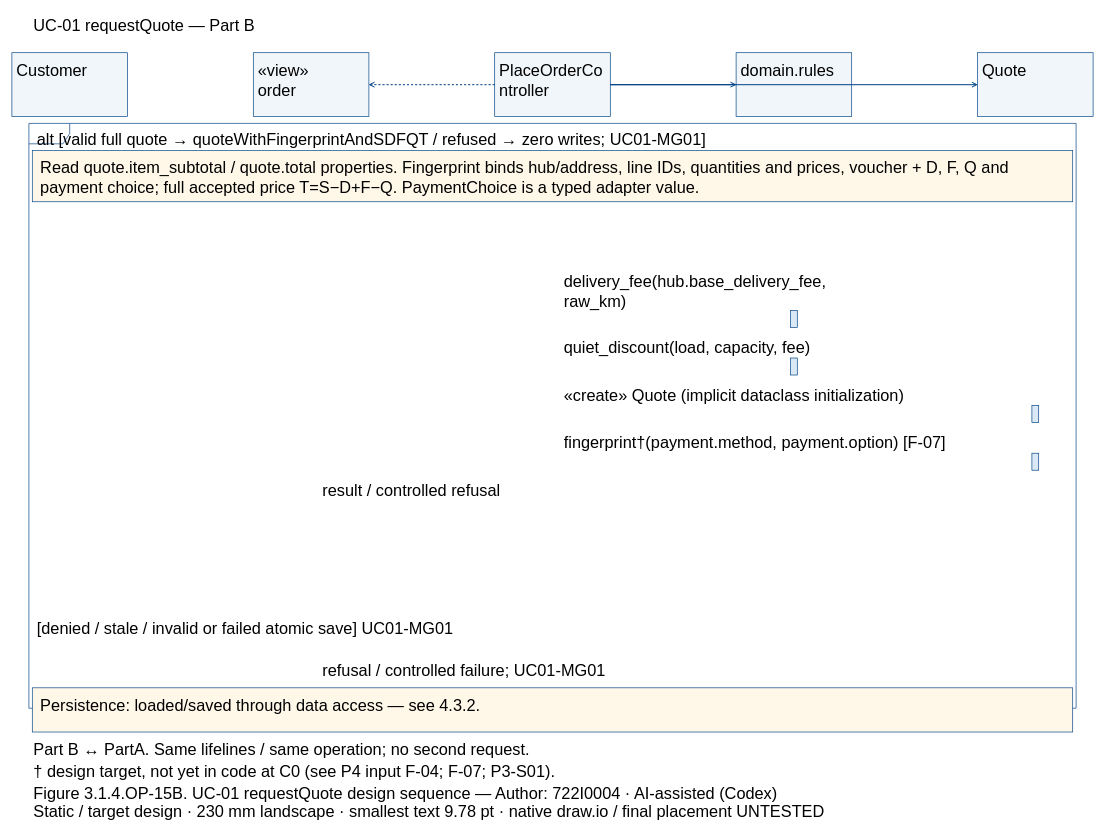
Above: models/UC-01/seq_uc01_requestQuote_PartB.drawio in Dat071104/SaigonBite (draw.io), before the change. Source tidied: cells renumbered, new cells numbered last; positions are measured from the earlier drawing's top-left corner, leaving out a move shared by most shapes. Both pictures are drawn from the tidied source at 68%, with x=0, y=0 at pixel (12, 12).
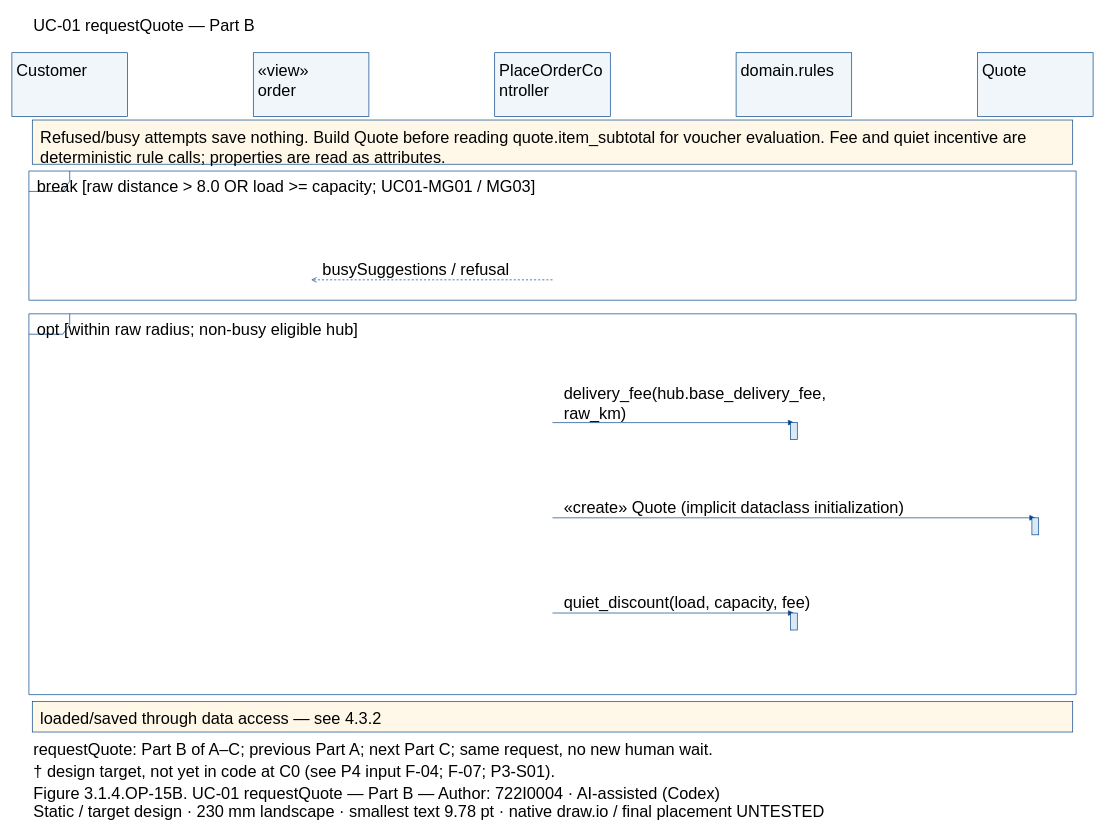
After the change.

Unchanged cells that the change refers to:
```xml
<mxCell id="5" style="fillColor=#F1F6FA;strokeColor=#004387;fontFamily=Arial;fontSize=24;whiteSpace=wrap;html=0;" parent="1" vertex="1">
  <mxGeometry x="355" y="60" width="170" height="94" as="geometry" />
</mxCell>
<mxCell id="7" style="fillColor=#F1F6FA;strokeColor=#004387;fontFamily=Arial;fontSize=24;whiteSpace=wrap;html=0;" parent="1" vertex="1">
  <mxGeometry x="710" y="60" width="170" height="94" as="geometry" />
</mxCell>
<mxCell id="9" style="fillColor=#F1F6FA;strokeColor=#004387;fontFamily=Arial;fontSize=24;whiteSpace=wrap;html=0;" parent="1" vertex="1">
  <mxGeometry x="1065" y="60" width="170" height="94" as="geometry" />
</mxCell>
<mxCell id="11" style="fillColor=#F1F6FA;strokeColor=#004387;fontFamily=Arial;fontSize=24;whiteSpace=wrap;html=0;" parent="1" vertex="1">
  <mxGeometry x="1420" y="60" width="170" height="94" as="geometry" />
</mxCell>
```

What changed in the source:
```diff
@@
-    <mxCell id="13" style="fillColor=white;strokeColor=#004387;shape=umlFrame;fillColor=none;fontFamily=Arial;fontSize=24;whiteSpace=wrap;html=0;" parent="1" vertex="1">
-      <mxGeometry x="25" y="164" width="1540" height="860" as="geometry" />
-    </mxCell>
-    <mxCell id="14" value="alt [valid full quote → quoteWithFingerprintAndSDFQT / refused → zero writes; UC01-MG01]" style="text;align=left;verticalAlign=top;strokeColor=none;fillColor=none;fontFamily=Arial;fontSize=24;whiteSpace=wrap;html=0;" parent="1" vertex="1">
-      <mxGeometry x="35" y="167" width="1520" height="27.6" as="geometry" />
-    </mxCell>
-    <mxCell id="15" value="[denied / stale / invalid or failed atomic save] UC01-MG01" style="text;align=left;verticalAlign=top;strokeColor=none;fillColor=none;fontFamily=Arial;fontSize=24;whiteSpace=wrap;html=0;" parent="1" vertex="1">
-      <mxGeometry x="35" y="887" width="1520" height="27.6" as="geometry" />
-    </mxCell>
-    <mxCell id="16" style="fillColor=#FFF8E9;strokeColor=#004387;fontFamily=Arial;fontSize=24;whiteSpace=wrap;html=0;" parent="1" vertex="1">
-      <mxGeometry x="30" y="204" width="1530" height="75.2" as="geometry" />
-    </mxCell>
-    <mxCell id="17" value="Read quote.item_subtotal / quote.total properties. Fingerprint binds hub/address, line IDs, quantities and prices, voucher + D, F, Q and&#10;payment choice; full accepted price T=S−D+F−Q. PaymentChoice is a typed adapter value." style="text;align=left;verticalAlign=top;strokeColor=none;fillColor=none;fontFamily=Arial;fontSize=24;whiteSpace=wrap;html=0;" parent="1" vertex="1">
-      <mxGeometry x="40" y="209" width="1510" height="55.2" as="geometry" />
-    </mxCell>
-    <mxCell id="18" style="fillColor=#FFF8E9;strokeColor=#004387;fontFamily=Arial;fontSize=24;whiteSpace=wrap;html=0;" parent="1" vertex="1">
-      <mxGeometry x="30" y="994" width="1530" height="65" as="geometry" />
-    </mxCell>
-    <mxCell id="19" value="Persistence: loaded/saved through data access — see 4.3.2." style="text;align=left;verticalAlign=top;strokeColor=none;fillColor=none;fontFamily=Arial;fontSize=24;whiteSpace=wrap;html=0;" parent="1" vertex="1">
-      <mxGeometry x="40" y="999" width="1510" height="27.6" as="geometry" />
-    </mxCell>
-    <mxCell id="20" style="edgeStyle=none;endArrow=open;strokeColor=#004387;" parent="1" edge="1" source="7" target="9">
-      <mxGeometry relative="1" as="geometry" />
-    </mxCell>
+    <mxCell id="40" style="fillColor=white;strokeColor=#004387;shape=umlFrame;fillColor=none;fontFamily=Arial;fontSize=24;whiteSpace=wrap;html=0;" parent="1" vertex="1">
+      <mxGeometry x="25" y="234" width="1540" height="190" as="geometry" />
+    </mxCell>
+    <mxCell id="41" value="break [raw distance &gt; 8.0 OR load &gt;= capacity; UC01-MG01 / MG03]" style="text;align=left;verticalAlign=top;strokeColor=none;fillColor=none;fontFamily=Arial;fontSize=24;whiteSpace=wrap;html=0;" parent="1" vertex="1">
+      <mxGeometry x="35" y="237" width="1520" height="27.6" as="geometry" />
+    </mxCell>
+    <mxCell id="42" style="fillColor=white;strokeColor=#004387;shape=umlFrame;fillColor=none;fontFamily=Arial;fontSize=24;whiteSpace=wrap;html=0;" parent="1" vertex="1">
+      <mxGeometry x="25" y="444" width="1540" height="560" as="geometry" />
+    </mxCell>
+    <mxCell id="43" value="opt [within raw radius; non-busy eligible hub]" style="text;align=left;verticalAlign=top;strokeColor=none;fillColor=none;fontFamily=Arial;fontSize=24;whiteSpace=wrap;html=0;" parent="1" vertex="1">
+      <mxGeometry x="35" y="447" width="1520" height="27.6" as="geometry" />
+    </mxCell>
+    <mxCell id="44" style="fillColor=#FFF8E9;strokeColor=#004387;fontFamily=Arial;fontSize=24;whiteSpace=wrap;html=0;" parent="1" vertex="1">
+      <mxGeometry x="30" y="159" width="1530" height="65" as="geometry" />
+    </mxCell>
+    <mxCell id="45" value="Refused/busy attempts save nothing. Build Quote before reading quote.item_subtotal for voucher evaluation. Fee and quiet incentive are&#10;deterministic rule calls; properties are read as attributes." style="text;align=left;verticalAlign=top;strokeColor=none;fillColor=none;fontFamily=Arial;fontSize=24;whiteSpace=wrap;html=0;" parent="1" vertex="1">
+      <mxGeometry x="40" y="164" width="1510" height="55.2" as="geometry" />
+    </mxCell>
+    <mxCell id="46" style="fillColor=#FFF8E9;strokeColor=#004387;fontFamily=Arial;fontSize=24;whiteSpace=wrap;html=0;" parent="1" vertex="1">
+      <mxGeometry x="30" y="1014" width="1530" height="45" as="geometry" />
+    </mxCell>
+    <mxCell id="47" value="loaded/saved through data access — see 4.3.2" style="text;align=left;verticalAlign=top;strokeColor=none;fillColor=none;fontFamily=Arial;fontSize=24;whiteSpace=wrap;html=0;" parent="1" vertex="1">
+      <mxGeometry x="40" y="1019" width="1510" height="27.6" as="geometry" />
+    </mxCell>
+    <mxCell id="48" style="opacity=0;strokeColor=none;fillColor=none;fontFamily=Arial;fontSize=24;whiteSpace=wrap;html=0;" parent="1" vertex="1">
+      <mxGeometry x="794.5" y="393.5" width="1" height="1" as="geometry" />
+    </mxCell>
+    <mxCell id="49" style="opacity=0;strokeColor=none;fillColor=none;fontFamily=Arial;fontSize=24;whiteSpace=wrap;html=0;" parent="1" vertex="1">
+      <mxGeometry x="439.5" y="393.5" width="1" height="1" as="geometry" />
+    </mxCell>
+    <mxCell id="50" style="edgeStyle=none;endArrow=open;endFill=0;dashed=1;strokeColor=#004387;exitX=0.5;exitY=0.5;exitPerimeter=0;entryX=0.5;entryY=0.5;entryPerimeter=0;" parent="1" edge="1" source="48" target="49">
+      <mxGeometry relative="1" as="geometry" />
+    </mxCell>
+    <mxCell id="51" value="busySuggestions / refusal" style="text;align=left;verticalAlign=top;strokeColor=none;fillColor=none;fontFamily=Arial;fontSize=24;whiteSpace=wrap;html=0;" parent="1" vertex="1">
+      <mxGeometry x="455" y="358.4" width="420" height="27.6" as="geometry" />
+    </mxCell>
+    <mxCell id="52" style="opacity=0;strokeColor=none;fillColor=none;fontFamily=Arial;fontSize=24;whiteSpace=wrap;html=0;" parent="1" vertex="1">
+      <mxGeometry x="794.5" y="603.5" width="1" height="1" as="geometry" />
+    </mxCell>
+    <mxCell id="53" style="opacity=0;strokeColor=none;fillColor=none;fontFamily=Arial;fontSize=24;whiteSpace=wrap;html=0;" parent="1" vertex="1">
+      <mxGeometry x="1149.5" y="603.5" width="1" height="1" as="geometry" />
+    </mxCell>
+    <mxCell id="54" style="edgeStyle=none;endArrow=block;endFill=1;strokeColor=#004387;exitX=0.5;exitY=0.5;exitPerimeter=0;entryX=0.5;entryY=0.5;entryPerimeter=0;" parent="1" edge="1" source="52" target="53">
+      <mxGeometry relative="1" as="geometry" />
+    </mxCell>
     <mxCell id="21" value="delivery_fee(hub.base_delivery_fee,&#10;raw_km)" style="text;align=left;verticalAlign=top;strokeColor=none;fillColor=none;fontFamily=Arial;fontSize=24;whiteSpace=wrap;html=0;" parent="1" vertex="1">
-      <mxGeometry x="810" y="375.8" width="420" height="55.2" as="geometry" />
+      <mxGeometry x="810" y="540.8" width="420" height="55.2" as="geometry" />
     </mxCell>
-    <mxCell id="22" style="fillColor=#DAE9F5;strokeColor=#004387;fontFamily=Arial;fontSize=24;whiteSpace=wrap;html=0;" parent="1" vertex="1">
-      <mxGeometry x="1145" y="439" width="10" height="25" as="geometry" />
-    </mxCell>
-    <mxCell id="23" style="edgeStyle=none;endArrow=open;strokeColor=#004387;" parent="1" edge="1" source="7" target="9">
-      <mxGeometry relative="1" as="geometry" />
-    </mxCell>
-    <mxCell id="24" value="quiet_discount(load, capacity, fee)" style="text;align=left;verticalAlign=top;strokeColor=none;fillColor=none;fontFamily=Arial;fontSize=24;whiteSpace=wrap;html=0;" parent="1" vertex="1">
-      <mxGeometry x="810" y="473.4" width="420" height="27.6" as="geometry" />
-    </mxCell>
     <mxCell id="25" style="fillColor=#DAE9F5;strokeColor=#004387;fontFamily=Arial;fontSize=24;whiteSpace=wrap;html=0;" parent="1" vertex="1">
-      <mxGeometry x="1145" y="509" width="10" height="25" as="geometry" />
+      <mxGeometry x="1145" y="604" width="10" height="25" as="geometry" />
     </mxCell>
-    <mxCell id="26" style="edgeStyle=none;endArrow=open;strokeColor=#004387;" parent="1" edge="1" source="7" target="11">
-      <mxGeometry relative="1" as="geometry" />
-    </mxCell>
+    <mxCell id="55" style="opacity=0;strokeColor=none;fillColor=none;fontFamily=Arial;fontSize=24;whiteSpace=wrap;html=0;" parent="1" vertex="1">
+      <mxGeometry x="794.5" y="743.5" width="1" height="1" as="geometry" />
+    </mxCell>
+    <mxCell id="56" style="opacity=0;strokeColor=none;fillColor=none;fontFamily=Arial;fontSize=24;whiteSpace=wrap;html=0;" parent="1" vertex="1">
+      <mxGeometry x="1504.5" y="743.5" width="1" height="1" as="geometry" />
+    </mxCell>
+    <mxCell id="57" style="edgeStyle=none;endArrow=block;endFill=1;strokeColor=#004387;exitX=0.5;exitY=0.5;exitPerimeter=0;entryX=0.5;entryY=0.5;entryPerimeter=0;" parent="1" edge="1" source="55" target="56">
+      <mxGeometry relative="1" as="geometry" />
+    </mxCell>
     <mxCell id="27" value="«create» Quote (implicit dataclass initialization)" style="text;align=left;verticalAlign=top;strokeColor=none;fillColor=none;fontFamily=Arial;fontSize=24;whiteSpace=wrap;html=0;" parent="1" vertex="1">
-      <mxGeometry x="810" y="543.4" width="680" height="27.6" as="geometry" />
+      <mxGeometry x="810" y="708.4" width="680" height="27.6" as="geometry" />
     </mxCell>
     <mxCell id="28" style="fillColor=#DAE9F5;strokeColor=#004387;fontFamily=Arial;fontSize=24;whiteSpace=wrap;html=0;" parent="1" vertex="1">
-      <mxGeometry x="1500" y="579" width="10" height="25" as="geometry" />
+      <mxGeometry x="1500" y="744" width="10" height="25" as="geometry" />
     </mxCell>
-    <mxCell id="29" style="edgeStyle=none;endArrow=open;strokeColor=#004387;" parent="1" edge="1" source="7" target="11">
-      <mxGeometry relative="1" as="geometry" />
-    </mxCell>
-    <mxCell id="30" value="fingerprint†(payment.method, payment.option) [F-07]" style="text;align=left;verticalAlign=top;strokeColor=none;fillColor=none;fontFamily=Arial;fontSize=24;whiteSpace=wrap;html=0;" parent="1" vertex="1">
-      <mxGeometry x="810" y="613.4" width="680" height="27.6" as="geometry" />
-    </mxCell>
+    <mxCell id="58" style="opacity=0;strokeColor=none;fillColor=none;fontFamily=Arial;fontSize=24;whiteSpace=wrap;html=0;" parent="1" vertex="1">
+      <mxGeometry x="794.5" y="883.5" width="1" height="1" as="geometry" />
+    </mxCell>
+    <mxCell id="59" style="opacity=0;strokeColor=none;fillColor=none;fontFamily=Arial;fontSize=24;whiteSpace=wrap;html=0;" parent="1" vertex="1">
+      <mxGeometry x="1149.5" y="883.5" width="1" height="1" as="geometry" />
+    </mxCell>
+    <mxCell id="60" style="edgeStyle=none;endArrow=block;endFill=1;strokeColor=#004387;exitX=0.5;exitY=0.5;exitPerimeter=0;entryX=0.5;entryY=0.5;entryPerimeter=0;" parent="1" edge="1" source="58" target="59">
+      <mxGeometry relative="1" as="geometry" />
+    </mxCell>
+    <mxCell id="24" value="quiet_discount(load, capacity, fee)" style="text;align=left;verticalAlign=top;strokeColor=none;fillColor=none;fontFamily=Arial;fontSize=24;whiteSpace=wrap;html=0;" parent="1" vertex="1">
+      <mxGeometry x="810" y="848.4" width="420" height="27.6" as="geometry" />
+    </mxCell>
     <mxCell id="31" style="fillColor=#DAE9F5;strokeColor=#004387;fontFamily=Arial;fontSize=24;whiteSpace=wrap;html=0;" parent="1" vertex="1">
-      <mxGeometry x="1500" y="649" width="10" height="25" as="geometry" />
+      <mxGeometry x="1145" y="884" width="10" height="25" as="geometry" />
     </mxCell>
-    <mxCell id="32" style="edgeStyle=none;endArrow=open;dashed=1;strokeColor=#004387;" parent="1" edge="1" source="7" target="5">
-      <mxGeometry relative="1" as="geometry" />
-    </mxCell>
+    <mxCell id="61" value="requestQuote: Part B of A–C; previous Part A; next Part C; same request, no new human wait." style="text;align=left;verticalAlign=top;strokeColor=none;fillColor=none;fontFamily=Arial;fontSize=24;whiteSpace=wrap;html=0;" parent="1" vertex="1">
+      <mxGeometry x="30" y="1064" width="1530" height="27.6" as="geometry" />
+    </mxCell>
-    <mxCell id="33" value="result / controlled refusal" style="text;align=left;verticalAlign=top;strokeColor=none;fillColor=none;fontFamily=Arial;fontSize=24;whiteSpace=wrap;html=0;" parent="1" vertex="1">
-      <mxGeometry x="455" y="683.4" width="420" height="27.6" as="geometry" />
+    <mxCell id="33" value="† design target, not yet in code at C0 (see P4 input F-04; F-07; P3-S01)." style="text;align=left;verticalAlign=top;strokeColor=none;fillColor=none;fontFamily=Arial;fontSize=24;whiteSpace=wrap;html=0;" parent="1" vertex="1">
+      <mxGeometry x="30" y="1096" width="1530" height="27.6" as="geometry" />
     </mxCell>
-    <mxCell id="34" style="edgeStyle=none;endArrow=open;dashed=1;strokeColor=#004387;" parent="1" edge="1" source="7" target="5">
-      <mxGeometry relative="1" as="geometry" />
-    </mxCell>
+    <mxCell id="62" value="Figure 3.1.4.OP-15B. UC-01 requestQuote — Part B — Author: 722I0004 · AI-assisted (Codex)" style="text;align=left;verticalAlign=top;strokeColor=none;fillColor=none;fontFamily=Arial;fontSize=24;whiteSpace=wrap;html=0;" parent="1" vertex="1">
+      <mxGeometry x="30" y="1129" width="1530" height="27.6" as="geometry" />
+    </mxCell>
-    <mxCell id="35" value="refusal / controlled failure; UC01-MG01" style="text;align=left;verticalAlign=top;strokeColor=none;fillColor=none;fontFamily=Arial;fontSize=24;whiteSpace=wrap;html=0;" parent="1" vertex="1">
-      <mxGeometry x="455" y="948.4" width="420" height="27.6" as="geometry" />
+    <mxCell id="35" value="Static / target design · 230 mm landscape · smallest text 9.78 pt · native draw.io / final placement UNTESTED" style="text;align=left;verticalAlign=top;strokeColor=none;fillColor=none;fontFamily=Arial;fontSize=24;whiteSpace=wrap;html=0;" parent="1" vertex="1">
+      <mxGeometry x="30" y="1155" width="1530" height="27.6" as="geometry" />
     </mxCell>
-    <mxCell id="36" value="Part B ↔ PartA. Same lifelines / same operation; no second request." style="text;align=left;verticalAlign=top;strokeColor=none;fillColor=none;fontFamily=Arial;fontSize=24;whiteSpace=wrap;html=0;" parent="1" vertex="1">
-      <mxGeometry x="30" y="1064" width="1530" height="27.6" as="geometry" />
-    </mxCell>
-    <mxCell id="37" value="† design target, not yet in code at C0 (see P4 input F-04; F-07; P3-S01)." style="text;align=left;verticalAlign=top;strokeColor=none;fillColor=none;fontFamily=Arial;fontSize=24;whiteSpace=wrap;html=0;" parent="1" vertex="1">
-      <mxGeometry x="30" y="1096" width="1530" height="27.6" as="geometry" />
-    </mxCell>
-    <mxCell id="38" value="Figure 3.1.4.OP-15B. UC-01 requestQuote design sequence — Author: 722I0004 · AI-assisted (Codex)" style="text;align=left;verticalAlign=top;strokeColor=none;fillColor=none;fontFamily=Arial;fontSize=24;whiteSpace=wrap;html=0;" parent="1" vertex="1">
-      <mxGeometry x="30" y="1129" width="1530" height="27.6" as="geometry" />
-    </mxCell>
-    <mxCell id="39" value="Static / target design · 230 mm landscape · smallest text 9.78 pt · native draw.io / final placement UNTESTED" style="text;align=left;verticalAlign=top;strokeColor=none;fillColor=none;fontFamily=Arial;fontSize=24;whiteSpace=wrap;html=0;" parent="1" vertex="1">
-      <mxGeometry x="30" y="1155" width="1530" height="27.6" as="geometry" />
-    </mxCell>
```
